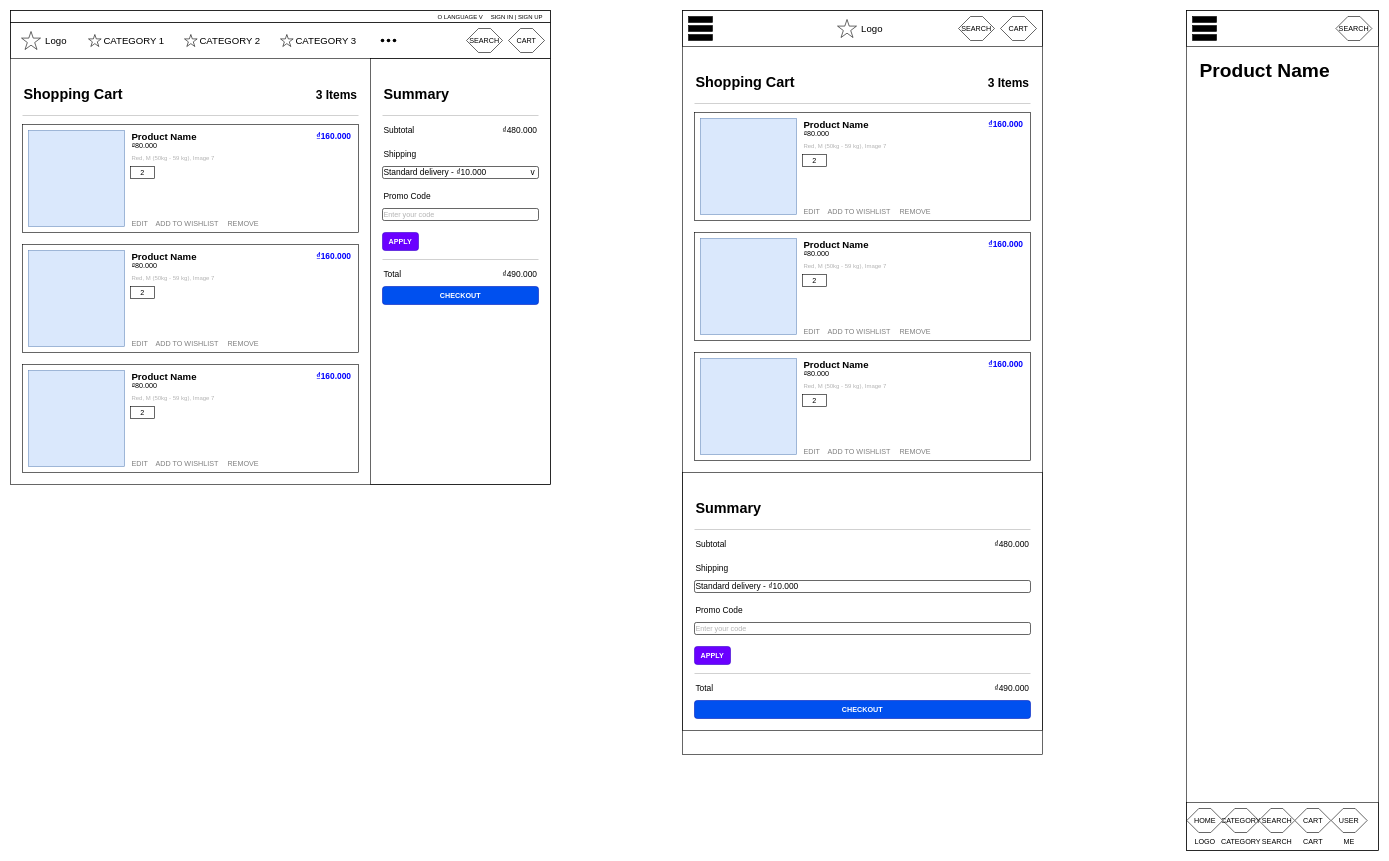
Earlier version of the draw.io diagram page "cart" (10 of 10) of notes/design.drawio (handoiditu1508/ecommerce-client). Source tidied: cells renumbered, new cells numbered last; positions are measured from the earlier drawing's top-left corner, leaving out a move shared by most shapes. Both pictures are drawn from the tidied source at 60%, with x=0, y=0 at pixel (10, 10).
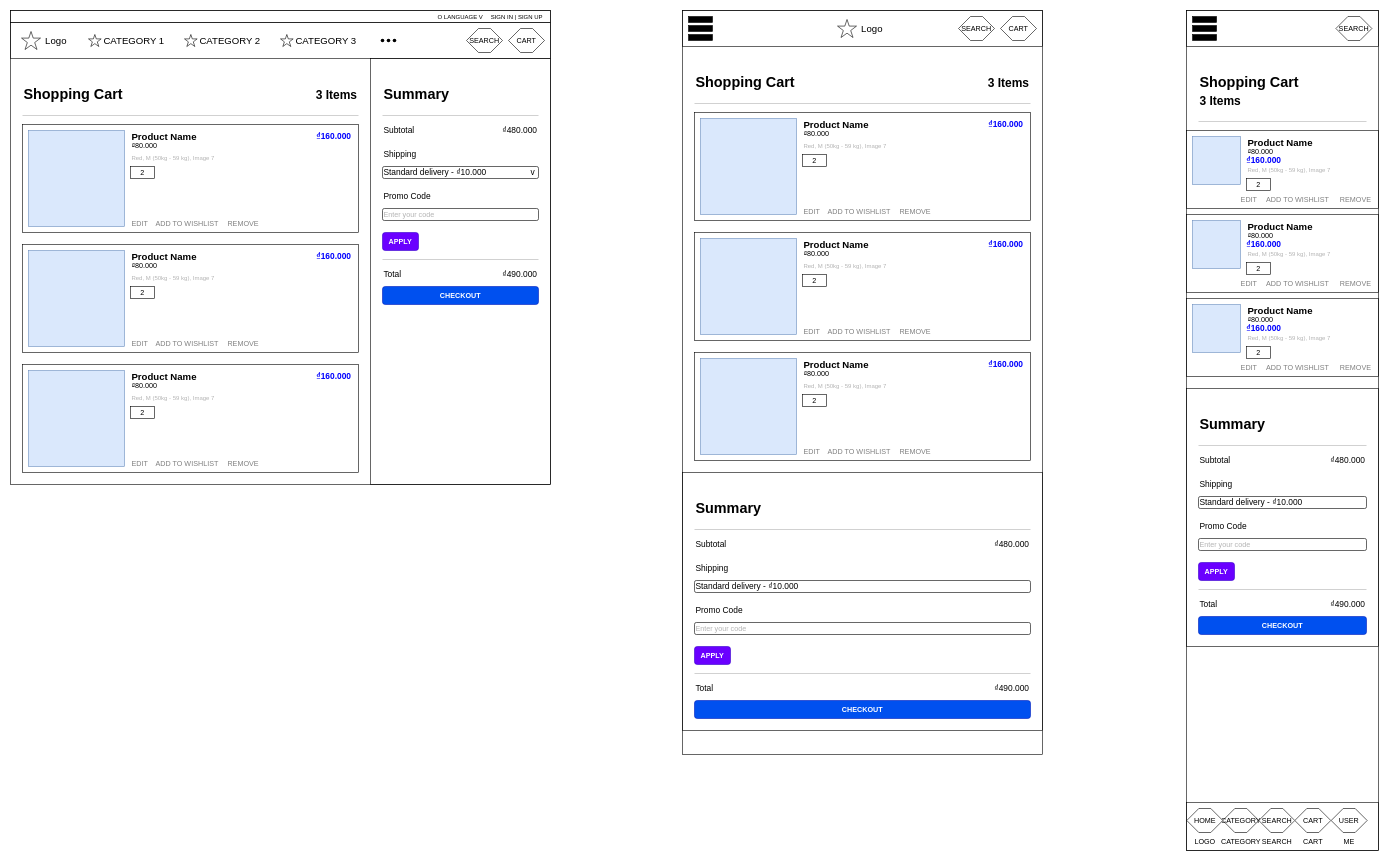
Above is the later version.

Commit message:
add cart design

What changed in the source:
```diff
@@
-    <mxCell id="47" value="Product Name" style="text;html=1;align=left;verticalAlign=middle;whiteSpace=wrap;rounded=0;fontSize=32;fontStyle=1;" parent="1" vertex="1">
-      <mxGeometry x="1980" y="80" width="220" height="40" as="geometry" />
-    </mxCell>
@@
+    <mxCell id="141" value="Shopping Cart" style="text;html=1;align=left;verticalAlign=middle;whiteSpace=wrap;rounded=0;fontSize=24;fontStyle=1;" parent="1" vertex="1">
+      <mxGeometry x="1980" y="100" width="240" height="40" as="geometry" />
+    </mxCell>
+    <mxCell id="142" value="3 Items" style="text;html=1;align=left;verticalAlign=middle;whiteSpace=wrap;rounded=0;fontSize=20;fontStyle=1;" parent="1" vertex="1">
+      <mxGeometry x="1980" y="130" width="80" height="40" as="geometry" />
+    </mxCell>
+    <mxCell id="143" style="line;strokeWidth=1;html=1;strokeColor=#B3B3B3;" parent="1" vertex="1">
+      <mxGeometry x="1980" y="180" width="280" height="10" as="geometry" />
+    </mxCell>
+    <mxCell id="144" style="rounded=0;whiteSpace=wrap;html=1;fillColor=none;" parent="1" vertex="1">
+      <mxGeometry x="1960" y="200" width="320" height="130" as="geometry" />
+    </mxCell>
+    <mxCell id="145" style="rounded=0;whiteSpace=wrap;html=1;fillColor=#dae8fc;strokeColor=#6c8ebf;" parent="1" vertex="1">
+      <mxGeometry x="1970" y="210" width="80" height="80" as="geometry" />
+    </mxCell>
+    <mxCell id="146" value="Product Name" style="text;html=1;align=left;verticalAlign=middle;whiteSpace=wrap;rounded=0;fontSize=16;fontStyle=1;" parent="1" vertex="1">
+      <mxGeometry x="2060" y="210" width="120" height="20" as="geometry" />
+    </mxCell>
+    <mxCell id="147" value="EDIT" style="text;html=1;align=right;verticalAlign=middle;whiteSpace=wrap;rounded=0;fontSize=12;fontStyle=0;fontColor=#808080;" parent="1" vertex="1">
+      <mxGeometry x="2050" y="310" width="30" height="10" as="geometry" />
+    </mxCell>
+    <mxCell id="148" value="2" style="rounded=0;whiteSpace=wrap;html=1;fillColor=none;" parent="1" vertex="1">
+      <mxGeometry x="2060" y="280" width="40" height="20" as="geometry" />
+    </mxCell>
+    <mxCell id="149" value="&lt;span style=&quot;background-color: rgb(255, 255, 255);&quot;&gt;₫&lt;/span&gt;&lt;font style=&quot;&quot; face=&quot;Helvetica&quot;&gt;80.000&lt;/font&gt;" style="text;html=1;align=left;verticalAlign=middle;whiteSpace=wrap;rounded=0;fontSize=12;fontStyle=0;fontColor=#000000;" parent="1" vertex="1">
+      <mxGeometry x="2060" y="230" width="50" height="10" as="geometry" />
+    </mxCell>
+    <mxCell id="150" value="&lt;span style=&quot;background-color: rgb(255, 255, 255);&quot;&gt;₫&lt;/span&gt;&lt;font face=&quot;Helvetica&quot;&gt;160.000&lt;/font&gt;" style="text;html=1;align=right;verticalAlign=middle;whiteSpace=wrap;rounded=0;fontSize=14;fontStyle=1;fontColor=#0000FF;" parent="1" vertex="1">
+      <mxGeometry x="2060" y="240" width="60" height="20" as="geometry" />
+    </mxCell>
+    <mxCell id="151" value="REMOVE" style="text;html=1;align=right;verticalAlign=middle;whiteSpace=wrap;rounded=0;fontSize=12;fontStyle=0;fontColor=#808080;" parent="1" vertex="1">
+      <mxGeometry x="2210" y="310" width="60" height="10" as="geometry" />
+    </mxCell>
+    <mxCell id="152" value="ADD TO WISHLIST" style="text;html=1;align=right;verticalAlign=middle;whiteSpace=wrap;rounded=0;fontSize=12;fontStyle=0;fontColor=#808080;" parent="1" vertex="1">
+      <mxGeometry x="2090" y="310" width="110" height="10" as="geometry" />
+    </mxCell>
+    <mxCell id="153" value="Red, M (50kg - 59 kg), Image 7" style="text;html=1;align=left;verticalAlign=middle;whiteSpace=wrap;rounded=0;fontSize=10;fontStyle=0;fontColor=#B3B3B3;" parent="1" vertex="1">
+      <mxGeometry x="2060" y="260" width="150" height="10" as="geometry" />
+    </mxCell>
+    <mxCell id="154" style="rounded=0;whiteSpace=wrap;html=1;fillColor=none;" parent="1" vertex="1">
+      <mxGeometry x="1960" y="340" width="320" height="130" as="geometry" />
+    </mxCell>
+    <mxCell id="155" style="rounded=0;whiteSpace=wrap;html=1;fillColor=#dae8fc;strokeColor=#6c8ebf;" parent="1" vertex="1">
+      <mxGeometry x="1970" y="350" width="80" height="80" as="geometry" />
+    </mxCell>
+    <mxCell id="156" value="Product Name" style="text;html=1;align=left;verticalAlign=middle;whiteSpace=wrap;rounded=0;fontSize=16;fontStyle=1;" parent="1" vertex="1">
+      <mxGeometry x="2060" y="350" width="120" height="20" as="geometry" />
+    </mxCell>
+    <mxCell id="157" value="EDIT" style="text;html=1;align=right;verticalAlign=middle;whiteSpace=wrap;rounded=0;fontSize=12;fontStyle=0;fontColor=#808080;" parent="1" vertex="1">
+      <mxGeometry x="2050" y="450" width="30" height="10" as="geometry" />
+    </mxCell>
+    <mxCell id="158" value="2" style="rounded=0;whiteSpace=wrap;html=1;fillColor=none;" parent="1" vertex="1">
+      <mxGeometry x="2060" y="420" width="40" height="20" as="geometry" />
+    </mxCell>
+    <mxCell id="159" value="&lt;span style=&quot;background-color: rgb(255, 255, 255);&quot;&gt;₫&lt;/span&gt;&lt;font style=&quot;&quot; face=&quot;Helvetica&quot;&gt;80.000&lt;/font&gt;" style="text;html=1;align=left;verticalAlign=middle;whiteSpace=wrap;rounded=0;fontSize=12;fontStyle=0;fontColor=#000000;" parent="1" vertex="1">
+      <mxGeometry x="2060" y="370" width="50" height="10" as="geometry" />
+    </mxCell>
+    <mxCell id="160" value="&lt;span style=&quot;background-color: rgb(255, 255, 255);&quot;&gt;₫&lt;/span&gt;&lt;font face=&quot;Helvetica&quot;&gt;160.000&lt;/font&gt;" style="text;html=1;align=right;verticalAlign=middle;whiteSpace=wrap;rounded=0;fontSize=14;fontStyle=1;fontColor=#0000FF;" parent="1" vertex="1">
+      <mxGeometry x="2060" y="380" width="60" height="20" as="geometry" />
+    </mxCell>
+    <mxCell id="161" value="REMOVE" style="text;html=1;align=right;verticalAlign=middle;whiteSpace=wrap;rounded=0;fontSize=12;fontStyle=0;fontColor=#808080;" parent="1" vertex="1">
+      <mxGeometry x="2210" y="450" width="60" height="10" as="geometry" />
+    </mxCell>
+    <mxCell id="162" value="ADD TO WISHLIST" style="text;html=1;align=right;verticalAlign=middle;whiteSpace=wrap;rounded=0;fontSize=12;fontStyle=0;fontColor=#808080;" parent="1" vertex="1">
+      <mxGeometry x="2090" y="450" width="110" height="10" as="geometry" />
+    </mxCell>
+    <mxCell id="163" value="Red, M (50kg - 59 kg), Image 7" style="text;html=1;align=left;verticalAlign=middle;whiteSpace=wrap;rounded=0;fontSize=10;fontStyle=0;fontColor=#B3B3B3;" parent="1" vertex="1">
+      <mxGeometry x="2060" y="400" width="150" height="10" as="geometry" />
+    </mxCell>
+    <mxCell id="164" style="rounded=0;whiteSpace=wrap;html=1;fillColor=none;" parent="1" vertex="1">
+      <mxGeometry x="1960" y="480" width="320" height="130" as="geometry" />
+    </mxCell>
+    <mxCell id="165" style="rounded=0;whiteSpace=wrap;html=1;fillColor=#dae8fc;strokeColor=#6c8ebf;" parent="1" vertex="1">
+      <mxGeometry x="1970" y="490" width="80" height="80" as="geometry" />
+    </mxCell>
+    <mxCell id="166" value="Product Name" style="text;html=1;align=left;verticalAlign=middle;whiteSpace=wrap;rounded=0;fontSize=16;fontStyle=1;" parent="1" vertex="1">
+      <mxGeometry x="2060" y="490" width="120" height="20" as="geometry" />
+    </mxCell>
+    <mxCell id="167" value="EDIT" style="text;html=1;align=right;verticalAlign=middle;whiteSpace=wrap;rounded=0;fontSize=12;fontStyle=0;fontColor=#808080;" parent="1" vertex="1">
+      <mxGeometry x="2050" y="590" width="30" height="10" as="geometry" />
+    </mxCell>
+    <mxCell id="168" value="2" style="rounded=0;whiteSpace=wrap;html=1;fillColor=none;" parent="1" vertex="1">
+      <mxGeometry x="2060" y="560" width="40" height="20" as="geometry" />
+    </mxCell>
+    <mxCell id="169" value="&lt;span style=&quot;background-color: rgb(255, 255, 255);&quot;&gt;₫&lt;/span&gt;&lt;font style=&quot;&quot; face=&quot;Helvetica&quot;&gt;80.000&lt;/font&gt;" style="text;html=1;align=left;verticalAlign=middle;whiteSpace=wrap;rounded=0;fontSize=12;fontStyle=0;fontColor=#000000;" parent="1" vertex="1">
+      <mxGeometry x="2060" y="510" width="50" height="10" as="geometry" />
+    </mxCell>
+    <mxCell id="170" value="&lt;span style=&quot;background-color: rgb(255, 255, 255);&quot;&gt;₫&lt;/span&gt;&lt;font face=&quot;Helvetica&quot;&gt;160.000&lt;/font&gt;" style="text;html=1;align=right;verticalAlign=middle;whiteSpace=wrap;rounded=0;fontSize=14;fontStyle=1;fontColor=#0000FF;" parent="1" vertex="1">
+      <mxGeometry x="2060" y="520" width="60" height="20" as="geometry" />
+    </mxCell>
+    <mxCell id="171" value="REMOVE" style="text;html=1;align=right;verticalAlign=middle;whiteSpace=wrap;rounded=0;fontSize=12;fontStyle=0;fontColor=#808080;" parent="1" vertex="1">
+      <mxGeometry x="2210" y="590" width="60" height="10" as="geometry" />
+    </mxCell>
+    <mxCell id="172" value="ADD TO WISHLIST" style="text;html=1;align=right;verticalAlign=middle;whiteSpace=wrap;rounded=0;fontSize=12;fontStyle=0;fontColor=#808080;" parent="1" vertex="1">
+      <mxGeometry x="2090" y="590" width="110" height="10" as="geometry" />
+    </mxCell>
+    <mxCell id="173" value="Red, M (50kg - 59 kg), Image 7" style="text;html=1;align=left;verticalAlign=middle;whiteSpace=wrap;rounded=0;fontSize=10;fontStyle=0;fontColor=#B3B3B3;" parent="1" vertex="1">
+      <mxGeometry x="2060" y="540" width="150" height="10" as="geometry" />
+    </mxCell>
+    <mxCell id="174" style="rounded=0;whiteSpace=wrap;html=1;fillColor=none;" parent="1" vertex="1">
+      <mxGeometry x="1960" y="630" width="320" height="430" as="geometry" />
+    </mxCell>
+    <mxCell id="175" value="Summary" style="text;html=1;align=left;verticalAlign=middle;whiteSpace=wrap;rounded=0;fontSize=24;fontStyle=1;" parent="1" vertex="1">
+      <mxGeometry x="1980" y="670" width="260" height="40" as="geometry" />
+    </mxCell>
+    <mxCell id="176" style="line;strokeWidth=1;html=1;strokeColor=#B3B3B3;" parent="1" vertex="1">
+      <mxGeometry x="1980" y="720" width="280" height="10" as="geometry" />
+    </mxCell>
+    <mxCell id="177" value="Subtotal" style="text;html=1;align=left;verticalAlign=middle;whiteSpace=wrap;rounded=0;fontSize=14;fontStyle=0;fontColor=#000000;" parent="1" vertex="1">
+      <mxGeometry x="1980" y="740" width="60" height="20" as="geometry" />
+    </mxCell>
+    <mxCell id="178" value="₫480.000" style="text;html=1;align=right;verticalAlign=middle;whiteSpace=wrap;rounded=0;fontSize=14;fontStyle=0;fontColor=#000000;" parent="1" vertex="1">
+      <mxGeometry x="2200" y="740" width="60" height="20" as="geometry" />
+    </mxCell>
+    <mxCell id="179" value="Shipping" style="text;html=1;align=left;verticalAlign=middle;whiteSpace=wrap;rounded=0;fontSize=14;fontStyle=0;fontColor=#000000;" parent="1" vertex="1">
+      <mxGeometry x="1980" y="780" width="60" height="20" as="geometry" />
+    </mxCell>
+    <mxCell id="180" value="Standard delivery&lt;span style=&quot;background-color: transparent;&quot;&gt;&amp;nbsp;-&amp;nbsp;&lt;/span&gt;&lt;span style=&quot;background-color: transparent;&quot;&gt;₫10.000&lt;font face=&quot;monospace&quot;&gt;&lt;/font&gt;&lt;/span&gt;" style="text;html=1;align=left;verticalAlign=middle;whiteSpace=wrap;rounded=1;fontSize=14;fontStyle=0;fillColor=default;strokeColor=default;" parent="1" vertex="1">
+      <mxGeometry x="1980" y="810" width="280" height="20" as="geometry" />
+    </mxCell>
+    <mxCell id="181" value="Promo Code" style="text;html=1;align=left;verticalAlign=middle;whiteSpace=wrap;rounded=0;fontSize=14;fontStyle=0;fontColor=#000000;" parent="1" vertex="1">
+      <mxGeometry x="1980" y="850" width="90" height="20" as="geometry" />
+    </mxCell>
+    <mxCell id="182" value="Enter your code" style="rounded=1;whiteSpace=wrap;html=1;fontColor=#B3B3B3;align=left;" parent="1" vertex="1">
+      <mxGeometry x="1980" y="880" width="280" height="20" as="geometry" />
+    </mxCell>
+    <mxCell id="183" value="APPLY" style="rounded=1;whiteSpace=wrap;html=1;fillColor=#6a00ff;fontColor=#ffffff;strokeColor=#3700CC;fontStyle=1;" parent="1" vertex="1">
+      <mxGeometry x="1980" y="920" width="60" height="30" as="geometry" />
+    </mxCell>
+    <mxCell id="184" style="line;strokeWidth=1;html=1;strokeColor=#B3B3B3;" parent="1" vertex="1">
+      <mxGeometry x="1980" y="960" width="280" height="10" as="geometry" />
+    </mxCell>
+    <mxCell id="185" value="Total" style="text;html=1;align=left;verticalAlign=middle;whiteSpace=wrap;rounded=0;fontSize=14;fontStyle=0;fontColor=#000000;" parent="1" vertex="1">
+      <mxGeometry x="1980" y="980" width="40" height="20" as="geometry" />
+    </mxCell>
+    <mxCell id="186" value="₫490.000" style="text;html=1;align=right;verticalAlign=middle;whiteSpace=wrap;rounded=0;fontSize=14;fontStyle=0;fontColor=#000000;" parent="1" vertex="1">
+      <mxGeometry x="2200" y="980" width="60" height="20" as="geometry" />
+    </mxCell>
+    <mxCell id="187" value="CHECKOUT" style="rounded=1;whiteSpace=wrap;html=1;fillColor=#0050ef;fontColor=#ffffff;strokeColor=#001DBC;fontSize=12;fontStyle=1;" parent="1" vertex="1">
+      <mxGeometry x="1980" y="1010" width="280" height="30" as="geometry" />
+    </mxCell>
```
